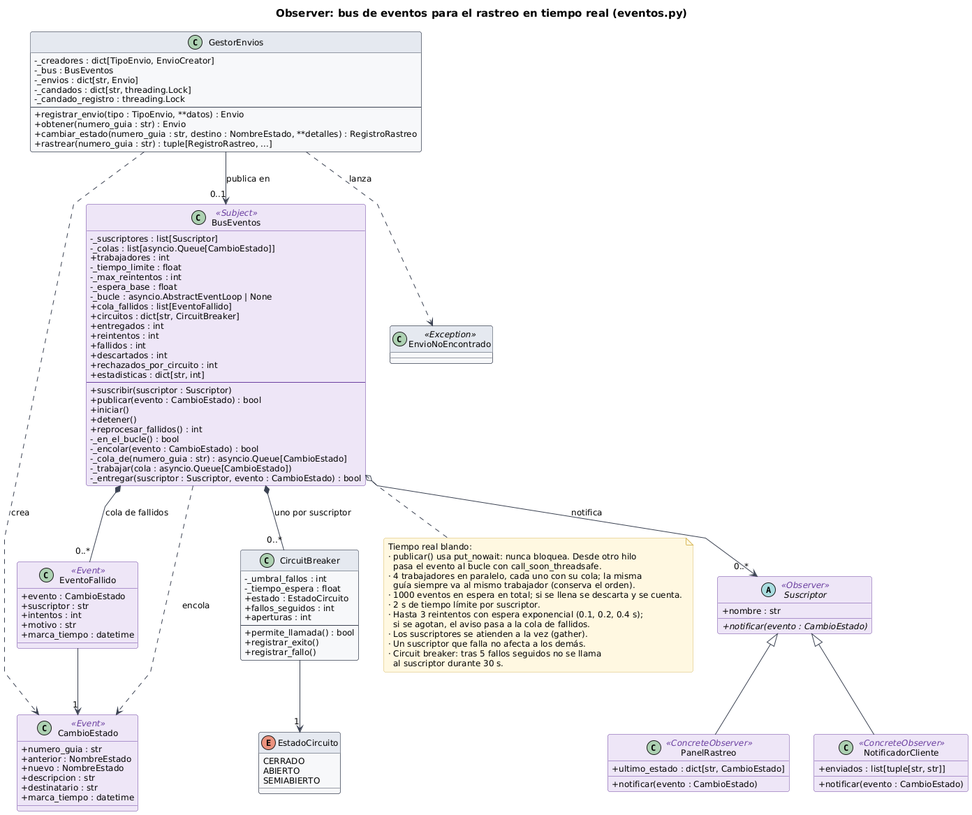
The PlantUML diagram docs/uml/img/observer.png in TiarethE/zyntra, before a commit.
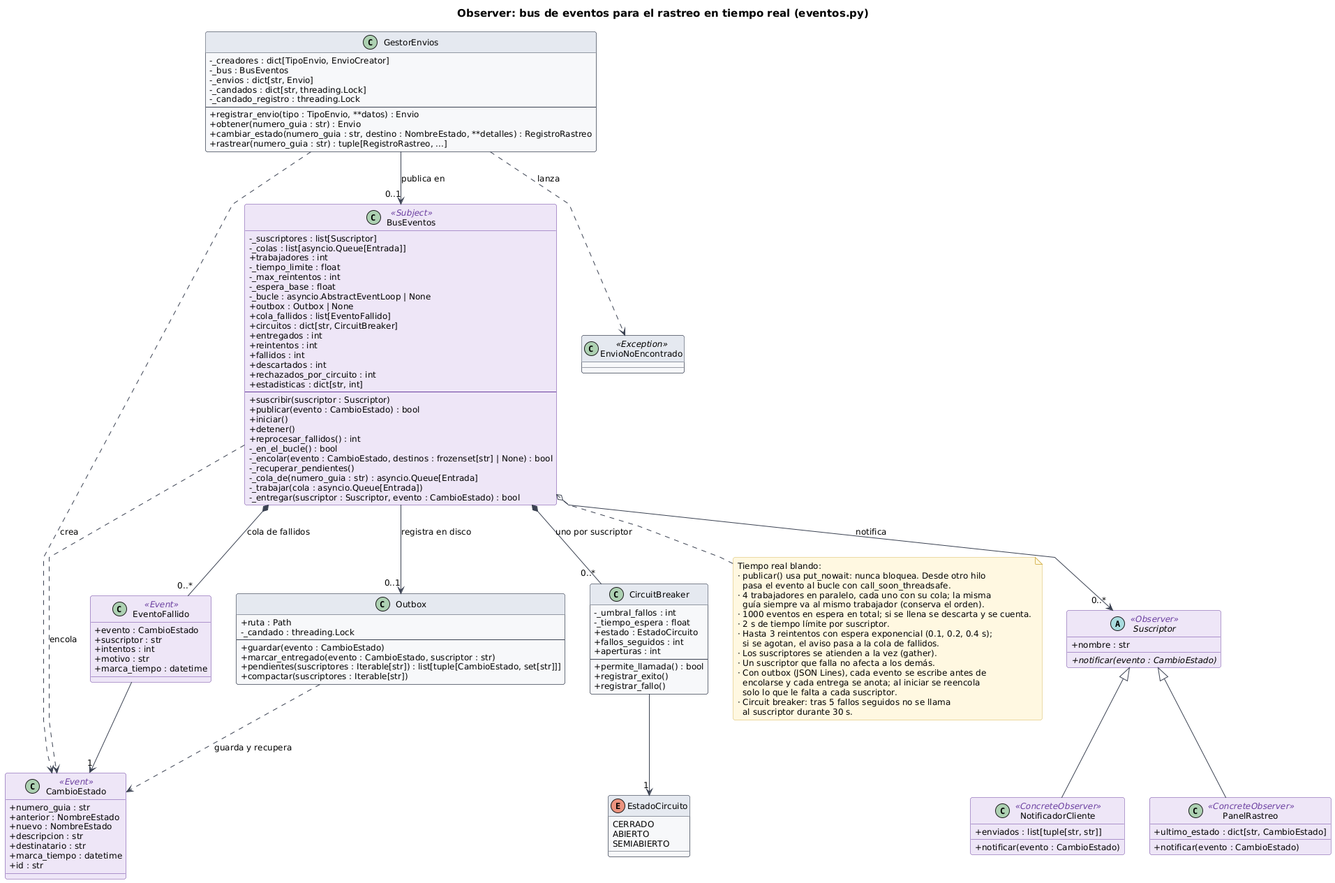
After the change.

Commit message:
Guarda los avisos en un outbox para que sobrevivan a un reinicio

What changed in the source:
```diff
@@ -5,12 +5,13 @@
 
 class BusEventos <<Subject>> {
   -_suscriptores : list[Suscriptor]
-  -_colas : list[asyncio.Queue[CambioEstado]]
+  -_colas : list[asyncio.Queue[Entrada]]
   +trabajadores : int
   -_tiempo_limite : float
   -_max_reintentos : int
   -_espera_base : float
   -_bucle : asyncio.AbstractEventLoop | None
+  +outbox : Outbox | None
   +cola_fallidos : list[EventoFallido]
   +circuitos : dict[str, CircuitBreaker]
   +entregados : int
@@ -26,9 +27,10 @@
   +detener()
   +reprocesar_fallidos() : int
   -_en_el_bucle() : bool
-  -_encolar(evento : CambioEstado) : bool
-  -_cola_de(numero_guia : str) : asyncio.Queue[CambioEstado]
-  -_trabajar(cola : asyncio.Queue[CambioEstado])
+  -_encolar(evento : CambioEstado, destinos : frozenset[str] | None) : bool
+  -_recuperar_pendientes()
+  -_cola_de(numero_guia : str) : asyncio.Queue[Entrada]
+  -_trabajar(cola : asyncio.Queue[Entrada])
   -_entregar(suscriptor : Suscriptor, evento : CambioEstado) : bool
 }
 class CircuitBreaker {
@@ -73,6 +75,16 @@
   +descripcion : str
   +destinatario : str
   +marca_tiempo : datetime
+  +id : str
+}
+class Outbox {
+  +ruta : Path
+  -_candado : threading.Lock
+  --
+  +guardar(evento : CambioEstado)
+  +marcar_entregado(evento : CambioEstado, suscriptor : str)
+  +pendientes(suscriptores : Iterable[str]) : list[tuple[CambioEstado, set[str]]]
+  +compactar(suscriptores : Iterable[str])
 }
 class GestorEnvios {
   -_creadores : dict[TipoEnvio, EnvioCreator]
@@ -99,6 +111,8 @@
 EventoFallido --> "1" CambioEstado
 BusEventos *-- "0..*" CircuitBreaker : uno por suscriptor
 CircuitBreaker --> "1" EstadoCircuito
+BusEventos --> "0..1" Outbox : registra en disco
+Outbox ..> CambioEstado : guarda y recupera
 
 note bottom of BusEventos
   Tiempo real blando:
@@ -112,6 +126,9 @@
     si se agotan, el aviso pasa a la cola de fallidos.
   · Los suscriptores se atienden a la vez (gather).
   · Un suscriptor que falla no afecta a los demás.
+  · Con outbox (JSON Lines), cada evento se escribe antes de
+    encolarse y cada entrega se anota; al iniciar se reencola
+    solo lo que le falta a cada suscriptor.
   · Circuit breaker: tras 5 fallos seguidos no se llama
     al suscriptor durante 30 s.
 end note
```
